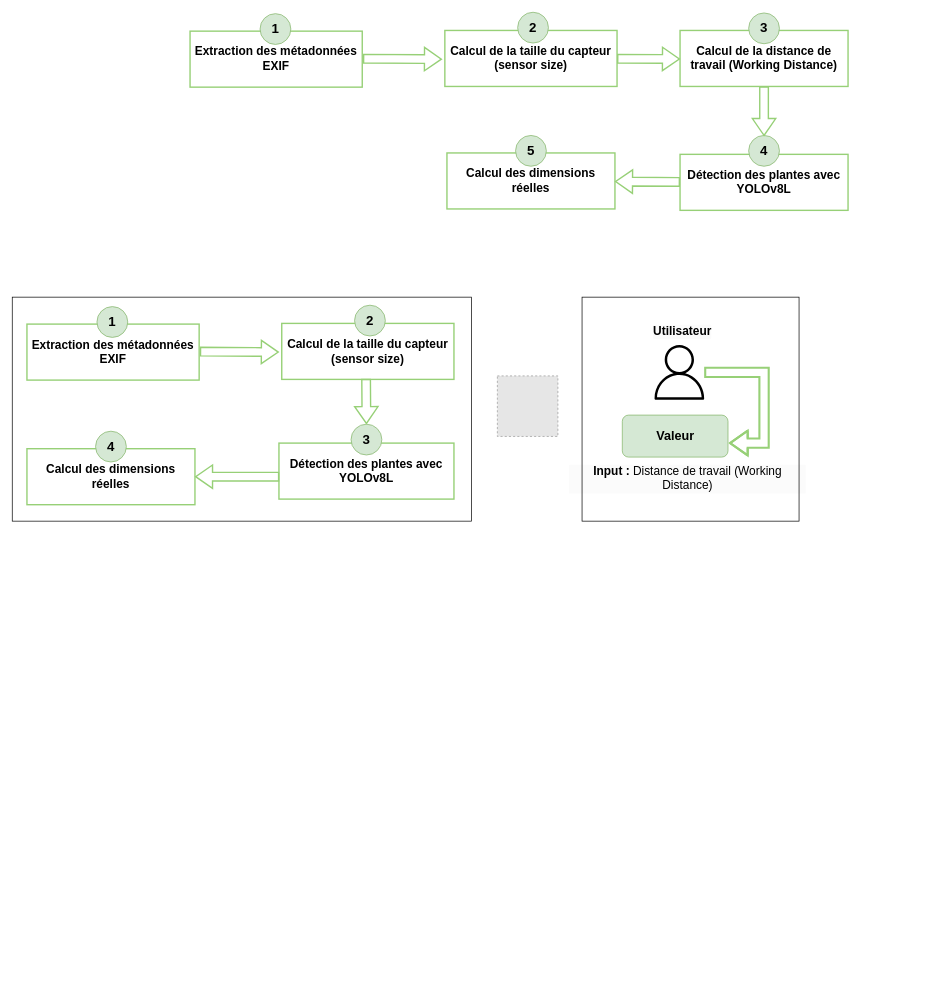
The draw.io diagram InstallationZabbix.drawio in eya-harbaoui/Diagramms, before the edit. Source tidied: cells renumbered, new cells numbered last; positions are measured from the earlier drawing's top-left corner, leaving out a move shared by most shapes. Both pictures are drawn from the tidied source at 70%, with x=0, y=0 at pixel (12, 12). Pictures stored in the file or linked from it are replaced by grey dashed boxes.
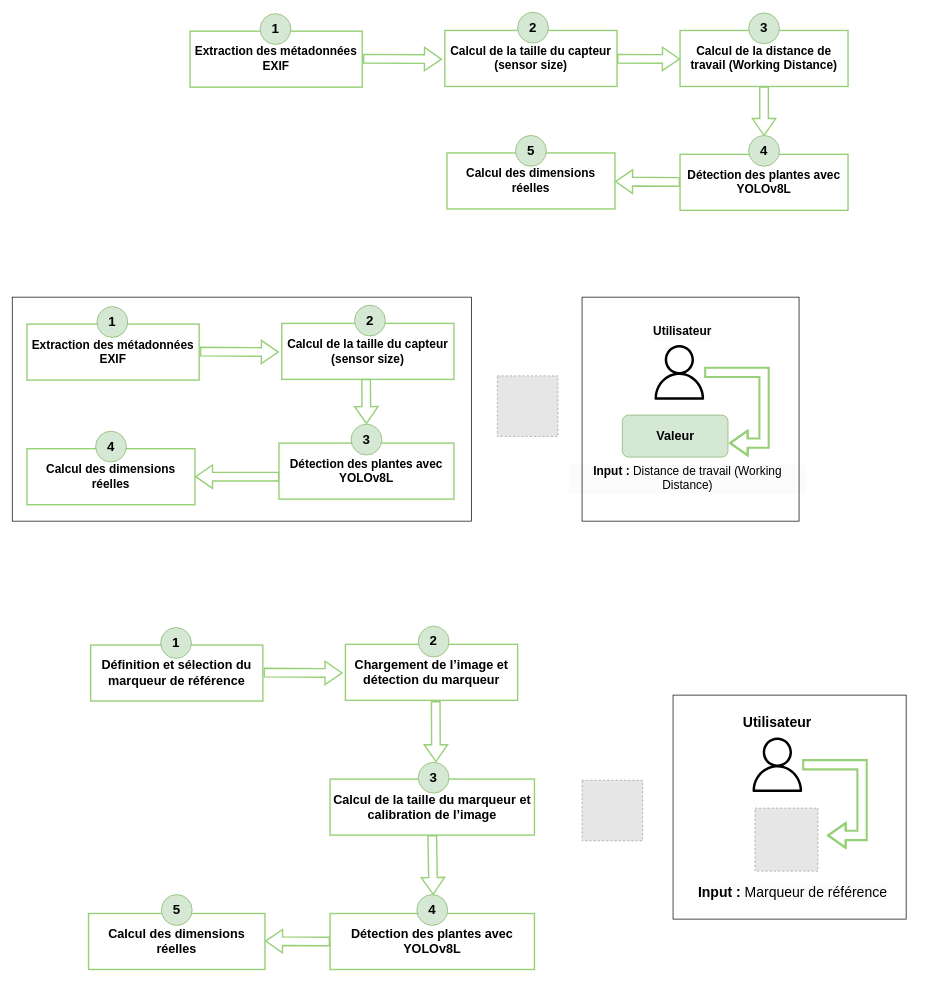
The same diagram, later.

Commit message:
Mettre à jour InstallationZabbix.drawio

The edit, as a diff of the source:
```diff
@@
+    <mxCell id="35" value="&lt;p&gt;&lt;b style=&quot;&quot;&gt;&lt;font style=&quot;font-size: 18px;&quot;&gt;Définition et sélection du marqueur de référence&lt;/font&gt;&lt;/b&gt;&lt;br&gt;&lt;/p&gt;" style="rounded=0;whiteSpace=wrap;html=1;strokeColor=#97D077;strokeWidth=2;" parent="1" vertex="1">
+      <mxGeometry x="112" y="904" width="246" height="80" as="geometry" />
+    </mxCell>
+    <mxCell id="36" value="&lt;p&gt;&lt;b style=&quot;&quot;&gt;&lt;font style=&quot;font-size: 18px;&quot;&gt;Chargement de l’image et détection du marqueur&lt;/font&gt;&lt;/b&gt;&lt;br&gt;&lt;/p&gt;" style="rounded=0;whiteSpace=wrap;html=1;strokeColor=#97D077;strokeWidth=2;" parent="1" vertex="1">
+      <mxGeometry x="476" y="903" width="246" height="80" as="geometry" />
+    </mxCell>
+    <mxCell id="37" value="&lt;p&gt;&lt;/p&gt;&lt;ul style=&quot;forced-color-adjust: none; color: rgb(0, 0, 0); font-family: Helvetica; font-size: 12px; font-style: normal; font-variant-ligatures: normal; font-variant-caps: normal; font-weight: 400; letter-spacing: normal; orphans: 2; text-align: left; text-indent: 0px; text-transform: none; widows: 2; word-spacing: 0px; -webkit-text-stroke-width: 0px; white-space: normal; background-color: rgb(251, 251, 251); text-decoration-thickness: initial; text-decoration-style: initial; text-decoration-color: initial;&quot;&gt;&lt;/ul&gt;&lt;p&gt;&lt;/p&gt;&lt;p style=&quot;forced-color-adjust: none; color: rgb(0, 0, 0); font-family: Helvetica; font-size: 12px; font-style: normal; font-variant-ligatures: normal; font-variant-caps: normal; font-weight: 400; letter-spacing: normal; orphans: 2; text-indent: 0px; text-transform: none; widows: 2; word-spacing: 0px; -webkit-text-stroke-width: 0px; white-space: normal; background-color: rgb(251, 251, 251); text-decoration-thickness: initial; text-decoration-style: initial; text-decoration-color: initial;&quot;&gt;&lt;/p&gt;&lt;p&gt;&lt;/p&gt;&lt;p&gt;&lt;/p&gt;&lt;h3&gt;&lt;font style=&quot;font-size: 18px;&quot;&gt;Calcul de la taille du marqueur et calibration de l’image&lt;/font&gt;&lt;br&gt;&lt;/h3&gt;" style="rounded=0;whiteSpace=wrap;html=1;strokeColor=#97D077;strokeWidth=2;" parent="1" vertex="1">
+      <mxGeometry x="454" y="1095.5" width="292" height="80" as="geometry" />
+    </mxCell>
+    <mxCell id="38" value="&lt;font style=&quot;font-size: 19px;&quot;&gt;1&lt;/font&gt;" style="ellipse;whiteSpace=wrap;html=1;rotation=0;strokeColor=#82b366;gradientDirection=east;fillColor=#d5e8d4;rounded=0;fontFamily=Helvetica;fontSize=16;spacingTop=4;spacingBottom=4;spacingLeft=4;spacingRight=4;fontStyle=1;" parent="1" vertex="1">
+      <mxGeometry x="212" y="879" width="44" height="44" as="geometry" />
+    </mxCell>
+    <mxCell id="39" style="shape=flexArrow;endArrow=classic;html=1;rounded=0;width=11.304347826086957;endSize=7.373913043478262;endWidth=19.054820415879018;strokeColor=#97D077;strokeWidth=2;" parent="1" edge="1">
+      <mxGeometry relative="1" as="geometry">
+        <mxPoint x="605" y="984" as="sourcePoint" />
+        <mxPoint x="605.3" y="1071.5" as="targetPoint" />
+      </mxGeometry>
+    </mxCell>
+    <mxCell id="40" style="shape=flexArrow;endArrow=classic;html=1;rounded=0;exitX=1;exitY=0.5;exitDx=0;exitDy=0;width=11.304347826086957;endSize=7.373913043478262;endWidth=19.054820415879018;strokeColor=#97D077;strokeWidth=2;" parent="1" edge="1">
+      <mxGeometry relative="1" as="geometry">
+        <mxPoint x="359" y="943.3" as="sourcePoint" />
+        <mxPoint x="472" y="944" as="targetPoint" />
+      </mxGeometry>
+    </mxCell>
+    <mxCell id="41" value="&lt;p&gt;&lt;/p&gt;&lt;ul style=&quot;forced-color-adjust: none; color: rgb(0, 0, 0); font-family: Helvetica; font-size: 12px; font-style: normal; font-variant-ligatures: normal; font-variant-caps: normal; font-weight: 400; letter-spacing: normal; orphans: 2; text-align: left; text-indent: 0px; text-transform: none; widows: 2; word-spacing: 0px; -webkit-text-stroke-width: 0px; white-space: normal; background-color: rgb(251, 251, 251); text-decoration-thickness: initial; text-decoration-style: initial; text-decoration-color: initial;&quot;&gt;&lt;/ul&gt;&lt;p&gt;&lt;/p&gt;&lt;p style=&quot;forced-color-adjust: none; color: rgb(0, 0, 0); font-family: Helvetica; font-size: 12px; font-style: normal; font-variant-ligatures: normal; font-variant-caps: normal; font-weight: 400; letter-spacing: normal; orphans: 2; text-indent: 0px; text-transform: none; widows: 2; word-spacing: 0px; -webkit-text-stroke-width: 0px; white-space: normal; background-color: rgb(251, 251, 251); text-decoration-thickness: initial; text-decoration-style: initial; text-decoration-color: initial;&quot;&gt;&lt;/p&gt;&lt;p&gt;&lt;/p&gt;&lt;p&gt;&lt;/p&gt;&lt;h3&gt;&lt;font style=&quot;font-size: 18px;&quot;&gt;Détection des plantes avec YOLOv8L&lt;/font&gt;&lt;br&gt;&lt;/h3&gt;" style="rounded=0;whiteSpace=wrap;html=1;strokeColor=#97D077;strokeWidth=2;" parent="1" vertex="1">
+      <mxGeometry x="454" y="1287.5" width="292" height="80" as="geometry" />
+    </mxCell>
+    <mxCell id="42" value="&lt;p&gt;&lt;/p&gt;&lt;ul style=&quot;forced-color-adjust: none; color: rgb(0, 0, 0); font-family: Helvetica; font-size: 12px; font-style: normal; font-variant-ligatures: normal; font-variant-caps: normal; font-weight: 400; letter-spacing: normal; orphans: 2; text-align: left; text-indent: 0px; text-transform: none; widows: 2; word-spacing: 0px; -webkit-text-stroke-width: 0px; white-space: normal; background-color: rgb(251, 251, 251); text-decoration-thickness: initial; text-decoration-style: initial; text-decoration-color: initial;&quot;&gt;&lt;/ul&gt;&lt;p&gt;&lt;/p&gt;&lt;p style=&quot;forced-color-adjust: none; color: rgb(0, 0, 0); font-family: Helvetica; font-size: 12px; font-style: normal; font-variant-ligatures: normal; font-variant-caps: normal; font-weight: 400; letter-spacing: normal; orphans: 2; text-indent: 0px; text-transform: none; widows: 2; word-spacing: 0px; -webkit-text-stroke-width: 0px; white-space: normal; background-color: rgb(251, 251, 251); text-decoration-thickness: initial; text-decoration-style: initial; text-decoration-color: initial;&quot;&gt;&lt;/p&gt;&lt;p&gt;&lt;/p&gt;&lt;p&gt;&lt;/p&gt;&lt;h3&gt;&lt;font style=&quot;font-size: 18px;&quot;&gt;Calcul des dimensions réelles&lt;/font&gt;&lt;br&gt;&lt;/h3&gt;" style="rounded=0;whiteSpace=wrap;html=1;strokeColor=#97D077;strokeWidth=2;" parent="1" vertex="1">
+      <mxGeometry x="109" y="1287.5" width="252" height="80" as="geometry" />
+    </mxCell>
+    <mxCell id="43" value="&lt;font style=&quot;font-size: 19px;&quot;&gt;2&lt;/font&gt;" style="ellipse;whiteSpace=wrap;html=1;rotation=0;strokeColor=#82b366;gradientDirection=east;fillColor=#d5e8d4;rounded=0;fontFamily=Helvetica;fontSize=16;spacingTop=4;spacingBottom=4;spacingLeft=4;spacingRight=4;fontStyle=1;" parent="1" vertex="1">
+      <mxGeometry x="580" y="877" width="44" height="44" as="geometry" />
+    </mxCell>
+    <mxCell id="44" value="&lt;font style=&quot;font-size: 19px;&quot;&gt;3&lt;/font&gt;" style="ellipse;whiteSpace=wrap;html=1;rotation=0;strokeColor=#82b366;gradientDirection=east;fillColor=#d5e8d4;rounded=0;fontFamily=Helvetica;fontSize=16;spacingTop=4;spacingBottom=4;spacingLeft=4;spacingRight=4;fontStyle=1;" parent="1" vertex="1">
+      <mxGeometry x="580" y="1071.5" width="44" height="44" as="geometry" />
+    </mxCell>
+    <mxCell id="45" value="&lt;font style=&quot;font-size: 19px;&quot;&gt;4&lt;/font&gt;" style="ellipse;whiteSpace=wrap;html=1;rotation=0;strokeColor=#82b366;gradientDirection=east;fillColor=#d5e8d4;rounded=0;fontFamily=Helvetica;fontSize=16;spacingTop=4;spacingBottom=4;spacingLeft=4;spacingRight=4;points=[];fontStyle=1;" parent="1" vertex="1">
+      <mxGeometry x="578" y="1260.5" width="44" height="44" as="geometry" />
+    </mxCell>
+    <mxCell id="46" value="&lt;font style=&quot;font-size: 19px;&quot;&gt;5&lt;/font&gt;" style="ellipse;whiteSpace=wrap;html=1;rotation=0;strokeColor=#82b366;gradientDirection=east;fillColor=#d5e8d4;rounded=0;fontFamily=Helvetica;fontSize=16;spacingTop=4;spacingBottom=4;spacingLeft=4;spacingRight=4;fontStyle=1;" parent="1" vertex="1">
+      <mxGeometry x="213" y="1260.5" width="44" height="44" as="geometry" />
+    </mxCell>
+    <mxCell id="47" style="shape=flexArrow;endArrow=classic;html=1;rounded=0;width=11.304347826086957;endSize=7.373913043478262;endWidth=19.054820415879018;strokeColor=#97D077;strokeWidth=2;entryX=0.532;entryY=0.016;entryDx=0;entryDy=0;entryPerimeter=0;exitX=0.5;exitY=1;exitDx=0;exitDy=0;" parent="1" edge="1" source="37" target="45">
+      <mxGeometry relative="1" as="geometry" />
+    </mxCell>
+    <mxCell id="48" style="shape=flexArrow;endArrow=classic;html=1;rounded=0;exitX=1;exitY=0.5;exitDx=0;exitDy=0;width=11.304347826086957;endSize=7.373913043478262;endWidth=19.054820415879018;strokeColor=#97D077;strokeWidth=2;" parent="1" edge="1">
+      <mxGeometry relative="1" as="geometry">
+        <mxPoint x="454" y="1327.5" as="sourcePoint" />
+        <mxPoint x="361" y="1326.9" as="targetPoint" />
+      </mxGeometry>
+    </mxCell>
+    <mxCell id="49" style="sketch=0;outlineConnect=0;fillColor=#000000;strokeColor=#000000;dashed=0;verticalLabelPosition=bottom;verticalAlign=top;align=center;html=1;fontSize=12;fontStyle=0;shape=mxgraph.aws4.user;" parent="1" vertex="1">
+      <mxGeometry x="1054" y="1036" width="78" height="78" as="geometry" />
+    </mxCell>
+    <mxCell id="50" value="&lt;h3 style=&quot;forced-color-adjust: none; color: rgb(0, 0, 0); font-family: Helvetica; font-style: normal; font-variant-ligatures: normal; font-variant-caps: normal; letter-spacing: normal; orphans: 2; text-align: center; text-indent: 0px; text-transform: none; widows: 2; word-spacing: 0px; -webkit-text-stroke-width: 0px; white-space: normal; background-color: rgb(251, 251, 251); text-decoration-thickness: initial; text-decoration-style: initial; text-decoration-color: initial; font-size: 20px;&quot;&gt;&lt;span style=&quot;forced-color-adjust: none;&quot;&gt;Input : &lt;span style=&quot;font-weight: normal;&quot;&gt;Marqueur de référence&lt;/span&gt;&lt;/span&gt;&lt;/h3&gt;" style="text;whiteSpace=wrap;html=1;" parent="1" vertex="1">
+      <mxGeometry x="978" y="1217.5" width="340" height="70" as="geometry" />
+    </mxCell>
+    <mxCell id="51" style="shape=flexArrow;endArrow=classic;html=1;rounded=0;width=11.304347826086957;endSize=7.373913043478262;endWidth=19.054820415879018;strokeColor=#97D077;strokeWidth=3;edgeStyle=elbowEdgeStyle;" parent="1" edge="1" source="49">
+      <mxGeometry relative="1" as="geometry">
+        <mxPoint x="1164" y="1176" as="targetPoint" />
+        <Array as="points">
+          <mxPoint x="1214" y="1116" />
+        </Array>
+      </mxGeometry>
+    </mxCell>
+    <mxCell id="52" style="rounded=0;whiteSpace=wrap;html=1;fillColor=none;" parent="1" vertex="1">
+      <mxGeometry x="944" y="975.5" width="333" height="320" as="geometry" />
+    </mxCell>
+    <mxCell id="53" style="fillColor=#E6E6E6;strokeColor=#999999;dashed=1;verticalLabelPosition=bottom;labelBackgroundColor=default;verticalAlign=top;" parent="1" vertex="1">
+      <mxGeometry x="814" y="1097.2" width="86.5" height="86.5" as="geometry" />
+    </mxCell>
+    <mxCell id="54" value="&lt;b&gt;&lt;font style=&quot;font-size: 20px;&quot;&gt;Utilisateur&lt;/font&gt;&lt;/b&gt;" style="text;html=1;align=center;verticalAlign=middle;whiteSpace=wrap;rounded=0;" parent="1" vertex="1">
+      <mxGeometry x="1063" y="999" width="60" height="30" as="geometry" />
+    </mxCell>
+    <mxCell id="55" style="fillColor=#E6E6E6;strokeColor=#999999;dashed=1;verticalLabelPosition=bottom;labelBackgroundColor=default;verticalAlign=top;" parent="1" vertex="1">
+      <mxGeometry x="1061" y="1137" width="90" height="90" as="geometry" />
+    </mxCell>
```
